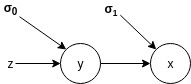
jeinson/jeinson.github.io keeps this draw.io diagram as images/nanodrop_model.png. Above is the earlier version. Source tidied: cells renumbered, new cells last; positions are measured from the earlier drawing's top-left corner, leaving out a move shared by most shapes.
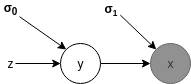
After the change.

Diff of the diagram source:
```diff
@@ -8,7 +8,7 @@
     <mxCell id="3" value="y" style="ellipse;whiteSpace=wrap;html=1;" parent="1" vertex="1">
       <mxGeometry x="60" y="40" width="40" height="40" as="geometry" />
     </mxCell>
-    <mxCell id="4" value="x" style="ellipse;whiteSpace=wrap;html=1;" parent="1" vertex="1">
+    <mxCell id="4" value="x" style="ellipse;whiteSpace=wrap;html=1;fillColor=#919191;strokeColor=#666666;fontColor=#333333;" parent="1" vertex="1">
       <mxGeometry x="150" y="40" width="40" height="40" as="geometry" />
     </mxCell>
     <mxCell id="5" value="&lt;b&gt;σ&lt;sub&gt;0&lt;/sub&gt;&lt;/b&gt;" style="text;html=1;strokeColor=none;fillColor=none;align=center;verticalAlign=middle;whiteSpace=wrap;rounded=0;" parent="1" vertex="1">
```
